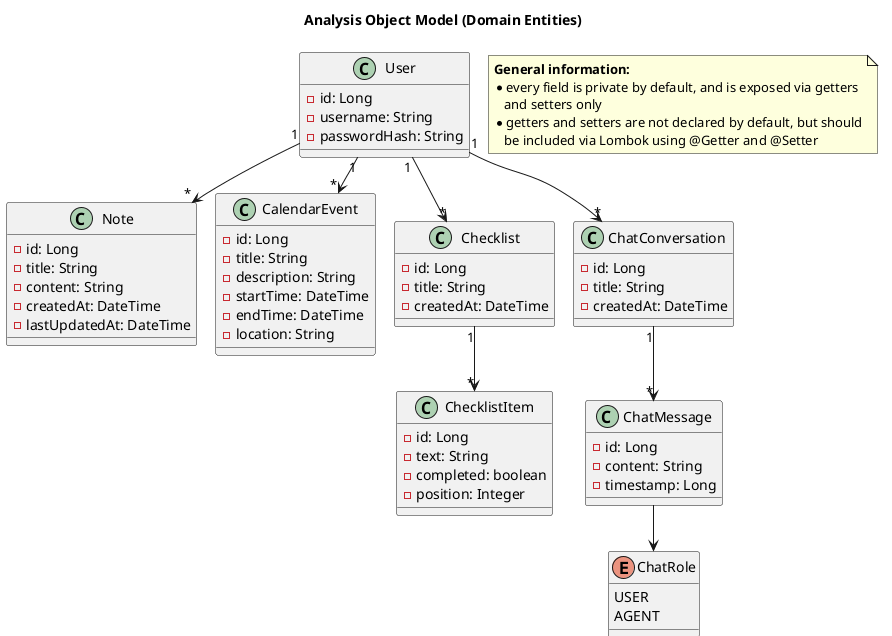
The PlantUML diagram docs/class.png in AET-DevOps26/team-devopss26, before a commit.
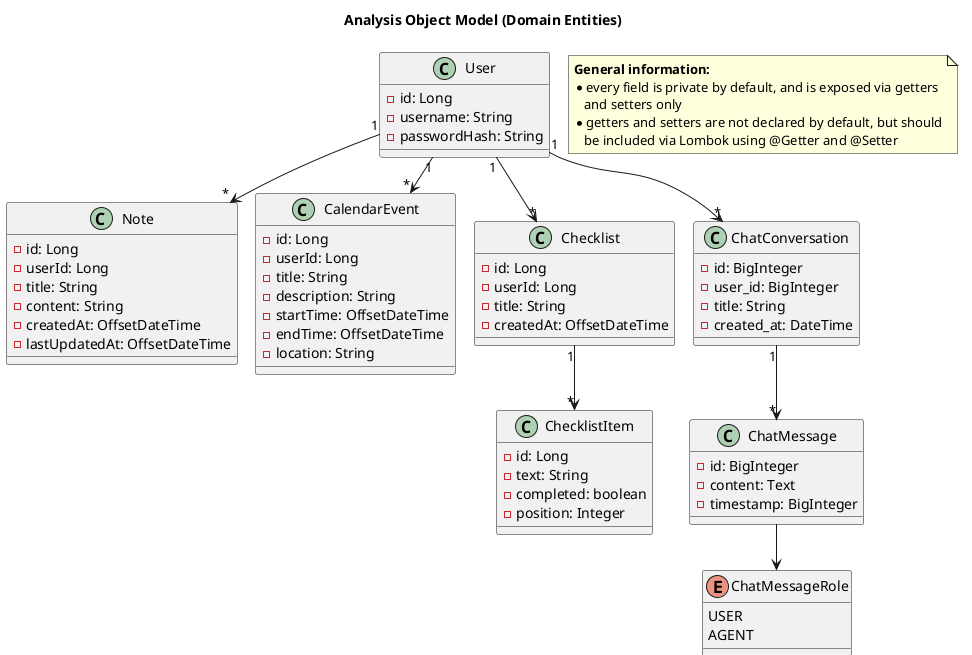
Later version of the same file.

Commit message:
implements #97: refactored class and component diagram

What changed in the source:
```diff
@@ -10,25 +10,28 @@
 
 class Note {
 	- id: Long
+	- userId: Long
 	- title: String
 	- content: String
-	- createdAt: DateTime
-	- lastUpdatedAt: DateTime
+	- createdAt: OffsetDateTime
+	- lastUpdatedAt: OffsetDateTime
 }
 
 class CalendarEvent {
 	- id: Long
+	- userId: Long
 	- title: String
 	- description: String
-	- startTime: DateTime
-	- endTime: DateTime
+	- startTime: OffsetDateTime
+	- endTime: OffsetDateTime
 	- location: String
 }
 
 class Checklist {
 	- id: Long
+	- userId: Long
 	- title: String
-	- createdAt: DateTime
+	- createdAt: OffsetDateTime
 }
 
 class ChecklistItem {
@@ -39,18 +42,19 @@
 }
 
 class ChatConversation {
-	- id: Long
+	- id: BigInteger
+	- user_id: BigInteger
 	- title: String
-	- createdAt: DateTime
+	- created_at: DateTime
 }
 
 class ChatMessage {
-	- id: Long
-	- content: String
-	- timestamp: Long
+	- id: BigInteger
+	- content: Text
+	- timestamp: BigInteger
 }
 
-enum ChatRole {
+enum ChatMessageRole {
 	USER
 	AGENT
 }
@@ -69,5 +73,5 @@
 Checklist "1" --> "*" ChecklistItem
 User "1" --> "*" ChatConversation
 ChatConversation "1" --> "*" ChatMessage
-ChatMessage --> ChatRole
+ChatMessage --> ChatMessageRole
 @enduml
```
